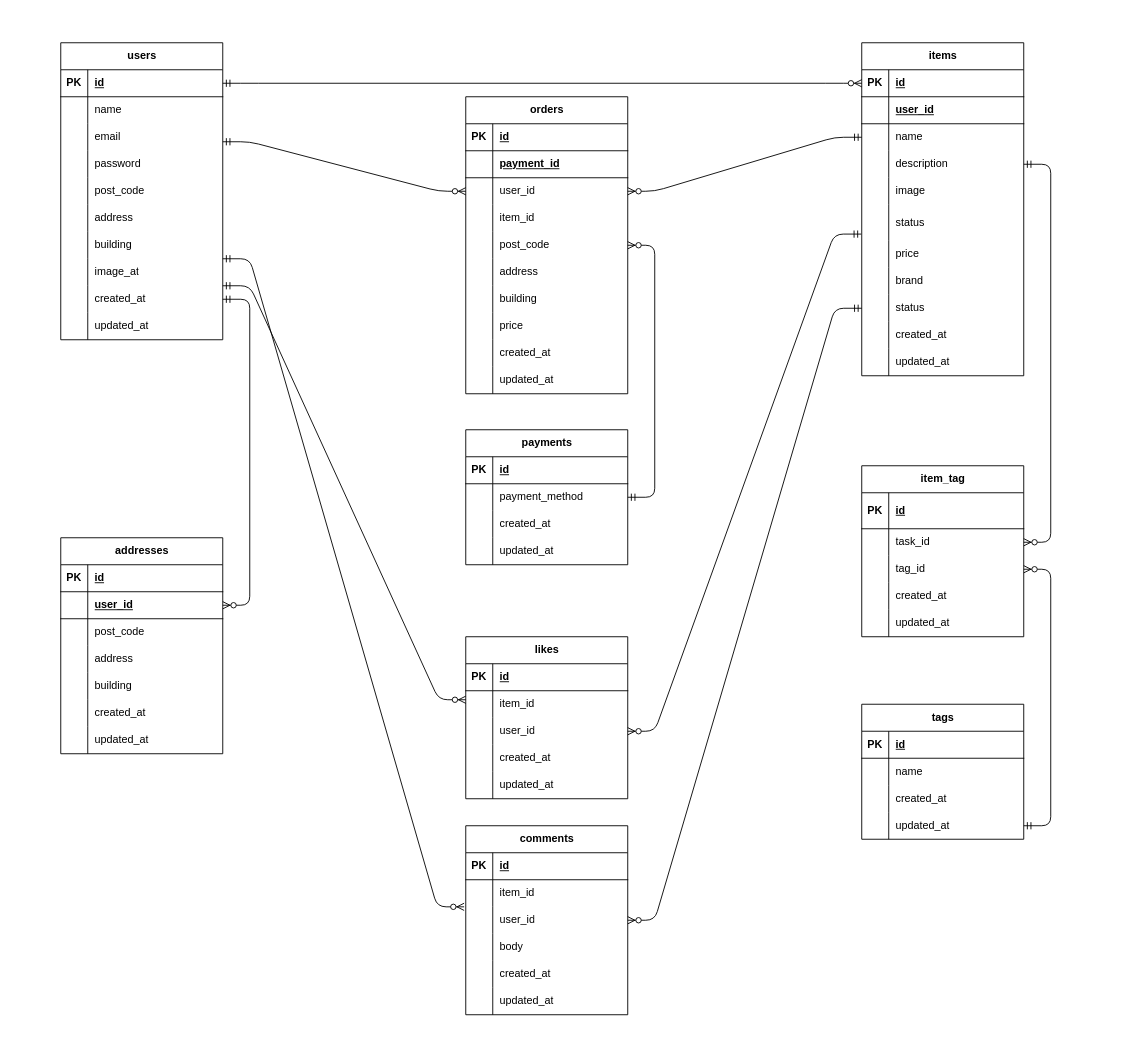
This is ER.dio from sekirubeg/keita-free, a draw.io file, before an edit. Source tidied: cells renumbered, new cells numbered last; positions are measured from the earlier drawing's top-left corner, leaving out a move shared by most shapes. Both pictures are drawn from the tidied source at 90%, with x=0, y=0 at pixel (60, 42).
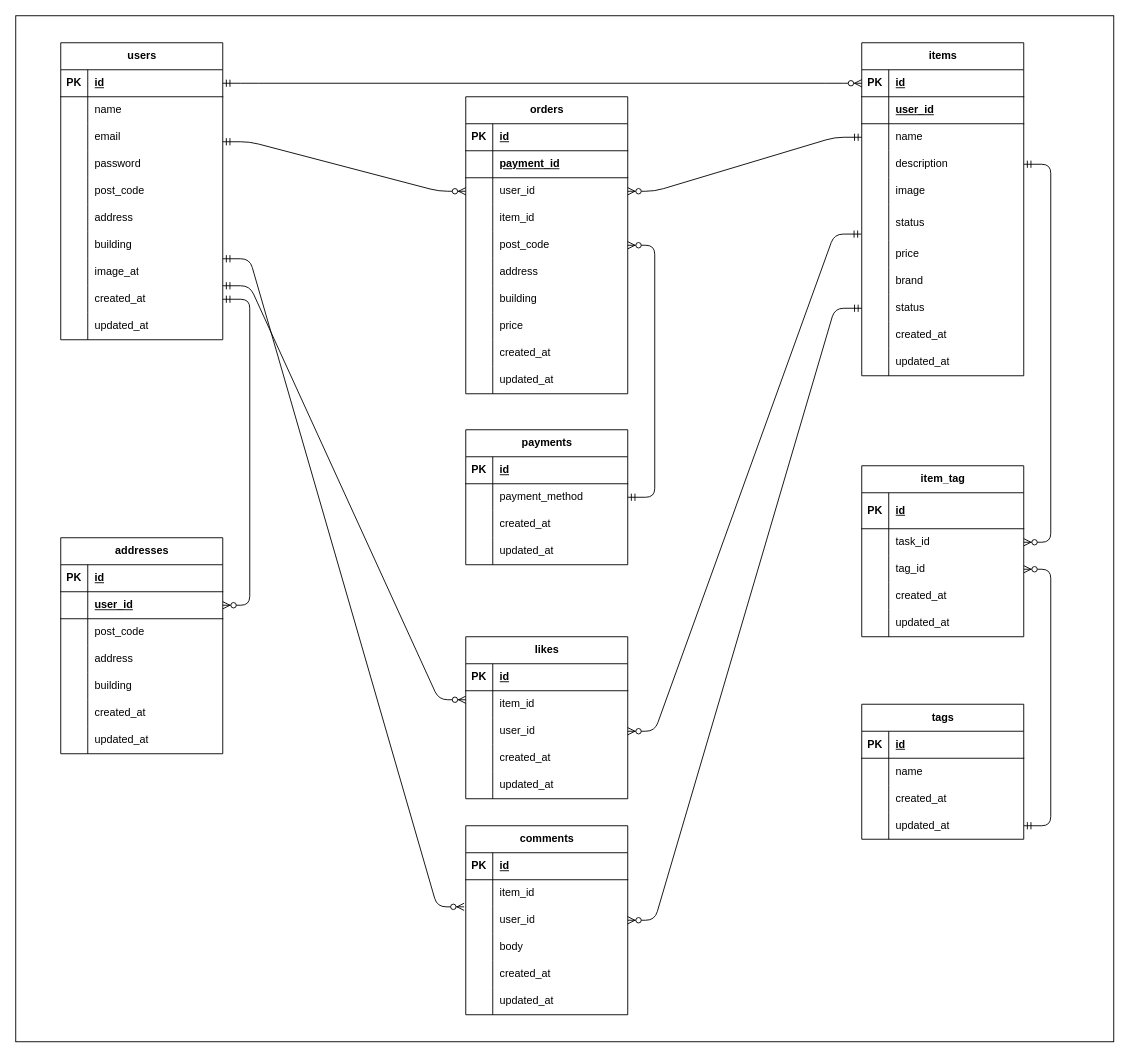
The same diagram, later.

The edit, as a diff of the source:
```diff
@@
+    <mxCell id="208" style="rounded=0;whiteSpace=wrap;html=1;" parent="1" vertex="1">
+      <mxGeometry x="-50" y="-30" width="1220" height="1140" as="geometry" />
+    </mxCell>
```
